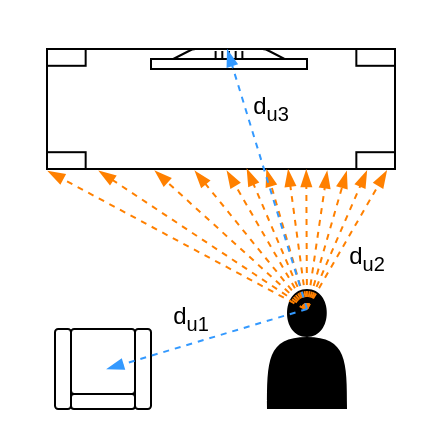
The draw.io diagram 空间相关性.drawio in Rinco1018/project_test, before the edit. Source tidied: cells renumbered, new cells numbered last; positions are measured from the earlier drawing's top-left corner, leaving out a move shared by most shapes. Both pictures are drawn from the tidied source at 200%, with x=0, y=0 at pixel (46, 48).
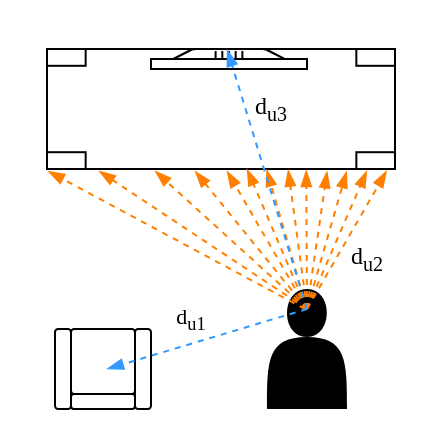
The same page after the edit.

Commit message:
更新空间相关性.drawio

Change to the diagram source:
```diff
@@
-    <mxCell id="21" value="d&lt;sub&gt;u1&lt;/sub&gt;" style="text;html=1;align=center;verticalAlign=middle;strokeColor=none;fillColor=none;" parent="1" vertex="1">
+    <mxCell id="21" value="&lt;font style=&quot;font-size: 11px;&quot; face=&quot;Times New Roman&quot;&gt;d&lt;sub&gt;u1&lt;/sub&gt;&lt;/font&gt;" style="text;html=1;align=center;verticalAlign=middle;strokeColor=none;fillColor=none;" parent="1" vertex="1">
       <mxGeometry x="52" y="120" width="40" height="30" as="geometry" />
     </mxCell>
-    <mxCell id="22" value="d&lt;sub&gt;u2&lt;/sub&gt;" style="text;html=1;align=center;verticalAlign=middle;strokeColor=none;fillColor=none;" parent="1" vertex="1">
+    <mxCell id="22" value="&lt;font face=&quot;Times New Roman&quot;&gt;d&lt;sub&gt;u2&lt;/sub&gt;&lt;/font&gt;" style="text;html=1;align=center;verticalAlign=middle;strokeColor=none;fillColor=none;" parent="1" vertex="1">
       <mxGeometry x="140" y="90" width="40" height="30" as="geometry" />
     </mxCell>
-    <mxCell id="23" value="d&lt;sub&gt;u3&lt;/sub&gt;" style="text;html=1;align=center;verticalAlign=middle;strokeColor=none;fillColor=none;" parent="1" vertex="1">
+    <mxCell id="23" value="&lt;font face=&quot;Times New Roman&quot;&gt;d&lt;sub&gt;u3&lt;/sub&gt;&lt;/font&gt;" style="text;html=1;align=center;verticalAlign=middle;strokeColor=none;fillColor=none;" parent="1" vertex="1">
       <mxGeometry x="92" y="15" width="40" height="30" as="geometry" />
     </mxCell>
```
